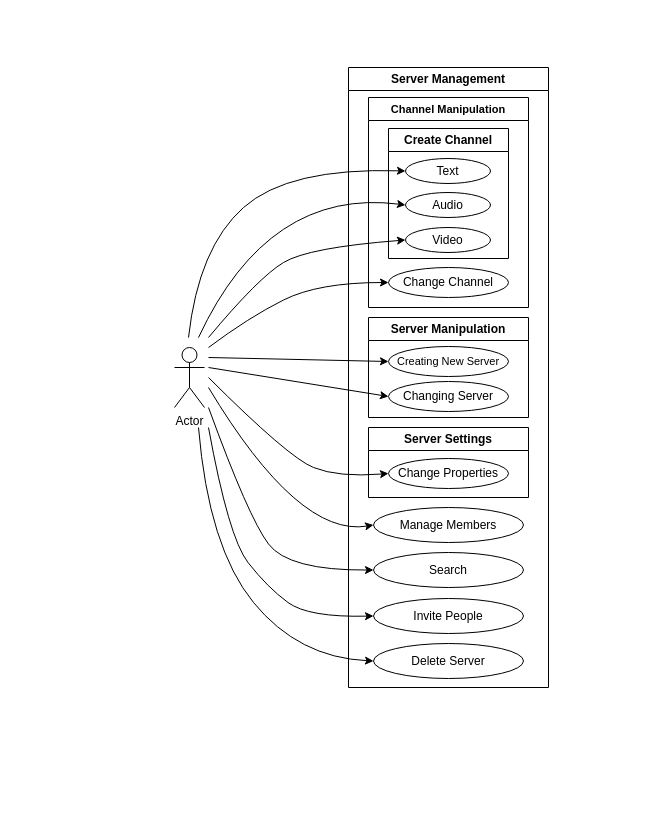
The draw.io diagram Usecase Diagram/Server Management.drawio in Harshul1484/BMP-, before the edit. Source tidied: cells renumbered, new cells numbered last; positions are measured from the earlier drawing's top-left corner, leaving out a move shared by most shapes. Both pictures are drawn from the tidied source at 100%, with x=0, y=0 at pixel (174, 67).
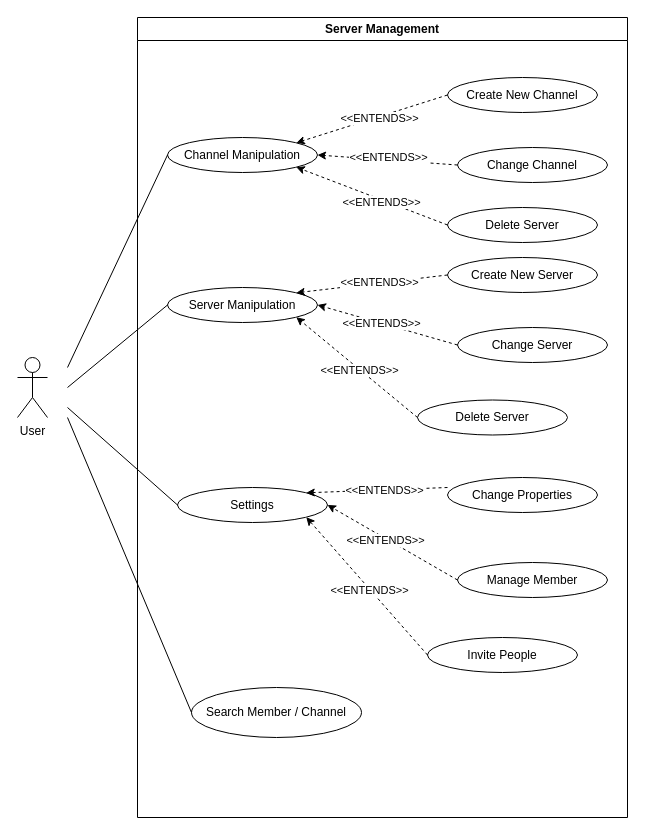
The same page after the edit.

Change to the diagram source:
```diff
@@
     <mxCell id="2" value="Server Management" style="swimlane;whiteSpace=wrap;html=1;" parent="1" vertex="1">
-      <mxGeometry x="174" width="200" height="620" as="geometry" />
+      <mxGeometry x="-37" y="-50" width="490" height="800" as="geometry" />
     </mxCell>
+    <mxCell id="11" value="Channel Manipulation" style="ellipse;whiteSpace=wrap;html=1;" parent="2" vertex="1">
+      <mxGeometry x="30" y="120" width="150" height="35" as="geometry" />
+    </mxCell>
-    <mxCell id="3" value="Server Manipulation" style="swimlane;whiteSpace=wrap;html=1;" parent="2" vertex="1">
-      <mxGeometry x="20" y="250" width="160" height="100" as="geometry" />
+    <mxCell id="3" value="Server Manipulation" style="ellipse;whiteSpace=wrap;html=1;" parent="2" vertex="1">
+      <mxGeometry x="30" y="270" width="150" height="35" as="geometry" />
     </mxCell>
-    <mxCell id="4" value="Changing Server" style="ellipse;whiteSpace=wrap;html=1;align=center;" parent="3" vertex="1">
-      <mxGeometry x="20" y="64" width="120" height="30" as="geometry" />
-    </mxCell>
-    <mxCell id="5" value="&lt;font style=&quot;font-size: 11px;&quot;&gt;Creating New Server&lt;/font&gt;" style="ellipse;whiteSpace=wrap;html=1;align=center;" parent="3" vertex="1">
-      <mxGeometry x="20" y="29" width="120" height="30" as="geometry" />
-    </mxCell>
-    <mxCell id="6" value="Manage Members" style="ellipse;whiteSpace=wrap;html=1;" parent="2" vertex="1">
-      <mxGeometry x="25" y="440" width="150" height="35" as="geometry" />
-    </mxCell>
-    <mxCell id="7" value="Search" style="ellipse;whiteSpace=wrap;html=1;" parent="2" vertex="1">
-      <mxGeometry x="25" y="485" width="150" height="35" as="geometry" />
-    </mxCell>
+    <mxCell id="30" value="Settings" style="ellipse;whiteSpace=wrap;html=1;" parent="2" vertex="1">
+      <mxGeometry x="40" y="470" width="150" height="35" as="geometry" />
+    </mxCell>
+    <mxCell id="31" value="Create New Channel" style="ellipse;whiteSpace=wrap;html=1;" parent="2" vertex="1">
+      <mxGeometry x="310" y="60" width="150" height="35" as="geometry" />
+    </mxCell>
+    <mxCell id="16" value="Change Channel" style="ellipse;whiteSpace=wrap;html=1;" parent="2" vertex="1">
+      <mxGeometry x="320" y="130" width="150" height="35" as="geometry" />
+    </mxCell>
+    <mxCell id="32" value="Create New Server" style="ellipse;whiteSpace=wrap;html=1;" parent="2" vertex="1">
+      <mxGeometry x="310" y="240" width="150" height="35" as="geometry" />
+    </mxCell>
+    <mxCell id="33" value="Change Server" style="ellipse;whiteSpace=wrap;html=1;" parent="2" vertex="1">
+      <mxGeometry x="320" y="310" width="150" height="35" as="geometry" />
+    </mxCell>
+    <mxCell id="34" value="Delete Server" style="ellipse;whiteSpace=wrap;html=1;" parent="2" vertex="1">
+      <mxGeometry x="310" y="190" width="150" height="35" as="geometry" />
+    </mxCell>
+    <mxCell id="35" value="Delete Server" style="ellipse;whiteSpace=wrap;html=1;" parent="2" vertex="1">
+      <mxGeometry x="280" y="382.5" width="150" height="35" as="geometry" />
+    </mxCell>
+    <mxCell id="10" value="Change Properties" style="ellipse;whiteSpace=wrap;html=1;" parent="2" vertex="1">
+      <mxGeometry x="310" y="460" width="150" height="35" as="geometry" />
+    </mxCell>
+    <mxCell id="36" value="Manage Member" style="ellipse;whiteSpace=wrap;html=1;" parent="2" vertex="1">
+      <mxGeometry x="320" y="545" width="150" height="35" as="geometry" />
+    </mxCell>
     <mxCell id="8" value="Invite People" style="ellipse;whiteSpace=wrap;html=1;" parent="2" vertex="1">
-      <mxGeometry x="25" y="531" width="150" height="35" as="geometry" />
+      <mxGeometry x="290" y="620" width="150" height="35" as="geometry" />
     </mxCell>
-    <mxCell id="9" value="Server Settings" style="swimlane;whiteSpace=wrap;html=1;" parent="2" vertex="1">
-      <mxGeometry x="20" y="360" width="160" height="70" as="geometry" />
-    </mxCell>
-    <mxCell id="10" value="Change Properties" style="ellipse;whiteSpace=wrap;html=1;align=center;" parent="9" vertex="1">
-      <mxGeometry x="20" y="31" width="120" height="30" as="geometry" />
-    </mxCell>
-    <mxCell id="11" value="&lt;font style=&quot;font-size: 11px;&quot;&gt;Channel Manipulation&lt;/font&gt;" style="swimlane;whiteSpace=wrap;html=1;" parent="1" vertex="1">
-      <mxGeometry x="194" y="30" width="160" height="210" as="geometry" />
-    </mxCell>
-    <mxCell id="12" value="Create Channel" style="swimlane;whiteSpace=wrap;html=1;" parent="11" vertex="1">
-      <mxGeometry x="20" y="31" width="120" height="130" as="geometry" />
-    </mxCell>
-    <mxCell id="13" value="Text" style="ellipse;whiteSpace=wrap;html=1;" parent="12" vertex="1">
-      <mxGeometry x="17" y="30" width="85" height="25" as="geometry" />
-    </mxCell>
-    <mxCell id="14" value="Audio" style="ellipse;whiteSpace=wrap;html=1;" parent="12" vertex="1">
-      <mxGeometry x="17" y="64" width="85" height="25" as="geometry" />
-    </mxCell>
-    <mxCell id="15" value="Video" style="ellipse;whiteSpace=wrap;html=1;" parent="12" vertex="1">
-      <mxGeometry x="17" y="99" width="85" height="25" as="geometry" />
-    </mxCell>
-    <mxCell id="16" value="Change Channel" style="ellipse;whiteSpace=wrap;html=1;align=center;" parent="11" vertex="1">
-      <mxGeometry x="20" y="170" width="120" height="30" as="geometry" />
-    </mxCell>
+    <mxCell id="37" value="Search Member / Channel" style="ellipse;whiteSpace=wrap;html=1;" parent="2" vertex="1">
+      <mxGeometry x="54" y="670" width="170" height="50" as="geometry" />
+    </mxCell>
+    <mxCell id="38" style="endArrow=classic;html=1;rounded=0;exitX=0;exitY=0.5;exitDx=0;exitDy=0;entryX=1;entryY=0;entryDx=0;entryDy=0;dashed=1;" parent="2" edge="1" source="31" target="11">
+      <mxGeometry relative="1" as="geometry" />
+    </mxCell>
+    <mxCell id="39" value="&amp;lt;&amp;lt;ENTENDS&amp;gt;&amp;gt;" style="edgeLabel;html=1;align=center;verticalAlign=middle;" parent="38" vertex="1">
+      <mxGeometry x="-0.09" y="1" relative="1" as="geometry" />
+    </mxCell>
+    <mxCell id="40" style="endArrow=classic;html=1;rounded=0;exitX=0;exitY=0.5;exitDx=0;exitDy=0;entryX=1;entryY=0.5;entryDx=0;entryDy=0;dashed=1;" parent="2" edge="1" source="16" target="11">
+      <mxGeometry relative="1" as="geometry" />
+    </mxCell>
+    <mxCell id="41" value="&amp;lt;&amp;lt;ENTENDS&amp;gt;&amp;gt;" style="edgeLabel;html=1;align=center;verticalAlign=middle;" parent="40" vertex="1">
+      <mxGeometry y="-3" relative="1" as="geometry" />
+    </mxCell>
+    <mxCell id="42" style="endArrow=classic;html=1;rounded=0;exitX=0;exitY=0.5;exitDx=0;exitDy=0;entryX=1;entryY=1;entryDx=0;entryDy=0;dashed=1;" parent="2" edge="1" source="34" target="11">
+      <mxGeometry relative="1" as="geometry" />
+    </mxCell>
+    <mxCell id="43" value="&amp;lt;&amp;lt;ENTENDS&amp;gt;&amp;gt;" style="edgeLabel;html=1;align=center;verticalAlign=middle;" parent="42" vertex="1">
+      <mxGeometry x="-0.12" y="2" relative="1" as="geometry">
+        <mxPoint x="1" as="offset" />
+      </mxGeometry>
+    </mxCell>
+    <mxCell id="44" style="endArrow=classic;html=1;rounded=0;exitX=0;exitY=0.5;exitDx=0;exitDy=0;entryX=1;entryY=0;entryDx=0;entryDy=0;dashed=1;" parent="2" edge="1" source="32" target="3">
+      <mxGeometry relative="1" as="geometry" />
+    </mxCell>
+    <mxCell id="45" value="&amp;lt;&amp;lt;ENTENDS&amp;gt;&amp;gt;" style="edgeLabel;html=1;align=center;verticalAlign=middle;" parent="44" vertex="1">
+      <mxGeometry x="-0.09" y="-1" relative="1" as="geometry" />
+    </mxCell>
+    <mxCell id="46" style="endArrow=classic;html=1;rounded=0;exitX=0;exitY=0.5;exitDx=0;exitDy=0;entryX=1;entryY=0.5;entryDx=0;entryDy=0;dashed=1;" parent="2" edge="1" source="33" target="3">
+      <mxGeometry relative="1" as="geometry" />
+    </mxCell>
+    <mxCell id="47" value="&amp;lt;&amp;lt;ENTENDS&amp;gt;&amp;gt;" style="edgeLabel;html=1;align=center;verticalAlign=middle;" parent="46" vertex="1">
+      <mxGeometry x="0.08" relative="1" as="geometry">
+        <mxPoint x="-1" as="offset" />
+      </mxGeometry>
+    </mxCell>
+    <mxCell id="48" style="endArrow=classic;html=1;rounded=0;exitX=0;exitY=0.5;exitDx=0;exitDy=0;entryX=1;entryY=1;entryDx=0;entryDy=0;dashed=1;" parent="2" edge="1" source="35" target="3">
+      <mxGeometry relative="1" as="geometry" />
+    </mxCell>
+    <mxCell id="49" value="&amp;lt;&amp;lt;ENTENDS&amp;gt;&amp;gt;" style="edgeLabel;html=1;align=center;verticalAlign=middle;" parent="48" vertex="1">
+      <mxGeometry x="-0.05" y="1" relative="1" as="geometry" />
+    </mxCell>
+    <mxCell id="50" style="endArrow=classic;html=1;rounded=0;exitX=0;exitY=0.286;exitDx=0;exitDy=0;exitPerimeter=0;entryX=1;entryY=0;entryDx=0;entryDy=0;dashed=1;" parent="2" edge="1" source="10" target="30">
+      <mxGeometry relative="1" as="geometry" />
+    </mxCell>
+    <mxCell id="51" value="&amp;lt;&amp;lt;ENTENDS&amp;gt;&amp;gt;" style="edgeLabel;html=1;align=center;verticalAlign=middle;" parent="50" vertex="1">
+      <mxGeometry x="-0.1" relative="1" as="geometry" />
+    </mxCell>
+    <mxCell id="52" style="endArrow=classic;html=1;rounded=0;exitX=0;exitY=0.5;exitDx=0;exitDy=0;entryX=1;entryY=0.5;entryDx=0;entryDy=0;dashed=1;" parent="2" edge="1" source="36" target="30">
+      <mxGeometry relative="1" as="geometry" />
+    </mxCell>
+    <mxCell id="53" value="&amp;lt;&amp;lt;ENTENDS&amp;gt;&amp;gt;" style="edgeLabel;html=1;align=center;verticalAlign=middle;" parent="52" vertex="1">
+      <mxGeometry x="0.11" y="2" relative="1" as="geometry" />
+    </mxCell>
+    <mxCell id="54" style="endArrow=classic;html=1;rounded=0;exitX=0;exitY=0.5;exitDx=0;exitDy=0;entryX=1;entryY=1;entryDx=0;entryDy=0;dashed=1;" parent="2" edge="1" source="8" target="30">
+      <mxGeometry relative="1" as="geometry" />
+    </mxCell>
+    <mxCell id="55" value="&amp;lt;&amp;lt;ENTENDS&amp;gt;&amp;gt;" style="edgeLabel;html=1;align=center;verticalAlign=middle;" parent="54" vertex="1">
+      <mxGeometry x="-0.05" y="1" relative="1" as="geometry" />
+    </mxCell>
-    <mxCell id="17" value="Actor" style="shape=umlActor;verticalLabelPosition=bottom;verticalAlign=top;html=1;" parent="1" vertex="1">
-      <mxGeometry y="280" width="30" height="60" as="geometry" />
+    <mxCell id="17" value="User" style="shape=umlActor;verticalLabelPosition=bottom;verticalAlign=top;html=1;" parent="1" vertex="1">
+      <mxGeometry x="-157" y="290" width="30" height="60" as="geometry" />
     </mxCell>
-    <mxCell id="18" value="Delete Server" style="ellipse;whiteSpace=wrap;html=1;" parent="1" vertex="1">
-      <mxGeometry x="199" y="576" width="150" height="35" as="geometry" />
-    </mxCell>
-    <mxCell id="19" style="curved=1;endArrow=classic;html=1;rounded=0;entryX=0;entryY=0.5;entryDx=0;entryDy=0;" parent="1" edge="1" target="13">
-      <mxGeometry relative="1" as="geometry">
-        <mxPoint x="14" y="270" as="sourcePoint" />
-        <Array as="points">
-          <mxPoint x="24" y="180" />
-          <mxPoint x="114" y="100" />
-        </Array>
-      </mxGeometry>
-    </mxCell>
-    <mxCell id="20" style="curved=1;endArrow=classic;html=1;rounded=0;entryX=0;entryY=0.5;entryDx=0;entryDy=0;" parent="1" edge="1" target="14">
-      <mxGeometry relative="1" as="geometry">
-        <mxPoint x="24" y="270" as="sourcePoint" />
-        <Array as="points">
-          <mxPoint x="94" y="120" />
-        </Array>
-      </mxGeometry>
-    </mxCell>
-    <mxCell id="21" style="curved=1;endArrow=classic;html=1;rounded=0;entryX=0;entryY=0.5;entryDx=0;entryDy=0;" parent="1" edge="1" target="15">
-      <mxGeometry relative="1" as="geometry">
-        <mxPoint x="34" y="270" as="sourcePoint" />
-        <Array as="points">
-          <mxPoint x="84" y="210" />
-          <mxPoint x="134" y="180" />
-        </Array>
-      </mxGeometry>
-    </mxCell>
-    <mxCell id="22" style="curved=1;endArrow=classic;html=1;rounded=0;entryX=0;entryY=0.5;entryDx=0;entryDy=0;" parent="1" edge="1" target="16">
-      <mxGeometry relative="1" as="geometry">
-        <mxPoint x="34" y="280" as="sourcePoint" />
-        <Array as="points">
-          <mxPoint x="74" y="250" />
-          <mxPoint x="144" y="215" />
-        </Array>
-      </mxGeometry>
-    </mxCell>
-    <mxCell id="23" style="endArrow=classic;html=1;rounded=0;entryX=0;entryY=0.5;entryDx=0;entryDy=0;" parent="1" edge="1" target="5">
-      <mxGeometry relative="1" as="geometry">
-        <mxPoint x="34" y="290" as="sourcePoint" />
-      </mxGeometry>
-    </mxCell>
-    <mxCell id="24" style="endArrow=classic;html=1;rounded=0;entryX=0;entryY=0.5;entryDx=0;entryDy=0;" parent="1" edge="1" target="4">
-      <mxGeometry relative="1" as="geometry">
-        <mxPoint x="34" y="300" as="sourcePoint" />
-      </mxGeometry>
-    </mxCell>
-    <mxCell id="25" style="curved=1;endArrow=classic;html=1;rounded=0;entryX=0;entryY=0.5;entryDx=0;entryDy=0;" parent="1" edge="1" target="18">
-      <mxGeometry relative="1" as="geometry">
-        <mxPoint x="24" y="360" as="sourcePoint" />
-        <Array as="points">
-          <mxPoint x="34" y="480" />
-          <mxPoint x="124" y="590" />
-        </Array>
-      </mxGeometry>
-    </mxCell>
-    <mxCell id="26" style="curved=1;endArrow=classic;html=1;rounded=0;entryX=0;entryY=0.5;entryDx=0;entryDy=0;" parent="1" edge="1" target="8">
-      <mxGeometry relative="1" as="geometry">
-        <mxPoint x="34" y="360" as="sourcePoint" />
-        <Array as="points">
-          <mxPoint x="54" y="470" />
-          <mxPoint x="93" y="520" />
-          <mxPoint x="134" y="550" />
-        </Array>
-      </mxGeometry>
-    </mxCell>
-    <mxCell id="27" style="curved=1;endArrow=classic;html=1;rounded=0;entryX=0;entryY=0.5;entryDx=0;entryDy=0;" parent="1" edge="1" target="7">
-      <mxGeometry relative="1" as="geometry">
-        <mxPoint x="34" y="340" as="sourcePoint" />
-        <Array as="points">
-          <mxPoint x="74" y="450" />
-          <mxPoint x="114" y="503" />
-        </Array>
-      </mxGeometry>
-    </mxCell>
-    <mxCell id="28" style="curved=1;endArrow=classic;html=1;rounded=0;entryX=0;entryY=0.5;entryDx=0;entryDy=0;" parent="1" edge="1" target="6">
-      <mxGeometry relative="1" as="geometry">
-        <mxPoint x="34" y="320" as="sourcePoint" />
-        <Array as="points">
-          <mxPoint x="124" y="470" />
-        </Array>
-      </mxGeometry>
-    </mxCell>
-    <mxCell id="29" style="curved=1;endArrow=classic;html=1;rounded=0;entryX=0;entryY=0.5;entryDx=0;entryDy=0;" parent="1" edge="1" target="10">
-      <mxGeometry relative="1" as="geometry">
-        <mxPoint x="34" y="310" as="sourcePoint" />
-        <Array as="points">
-          <mxPoint x="114" y="390" />
-          <mxPoint x="164" y="410" />
-        </Array>
-      </mxGeometry>
-    </mxCell>
+    <mxCell id="56" style="endArrow=none;html=1;rounded=0;entryX=0;entryY=0.5;entryDx=0;entryDy=0;" parent="1" edge="1" target="37">
+      <mxGeometry relative="1" as="geometry">
+        <mxPoint x="-107" y="350" as="sourcePoint" />
+      </mxGeometry>
+    </mxCell>
+    <mxCell id="57" style="endArrow=none;html=1;rounded=0;entryX=0;entryY=0.5;entryDx=0;entryDy=0;" parent="1" edge="1" target="30">
+      <mxGeometry relative="1" as="geometry">
+        <mxPoint x="-107" y="340" as="sourcePoint" />
+      </mxGeometry>
+    </mxCell>
+    <mxCell id="58" style="endArrow=none;html=1;rounded=0;entryX=0;entryY=0.5;entryDx=0;entryDy=0;" parent="1" edge="1" target="3">
+      <mxGeometry relative="1" as="geometry">
+        <mxPoint x="-107" y="320" as="sourcePoint" />
+      </mxGeometry>
+    </mxCell>
+    <mxCell id="59" style="endArrow=none;html=1;rounded=0;entryX=0;entryY=0.5;entryDx=0;entryDy=0;" parent="1" edge="1" target="11">
+      <mxGeometry relative="1" as="geometry">
+        <mxPoint x="-107" y="300" as="sourcePoint" />
+      </mxGeometry>
+    </mxCell>
```
